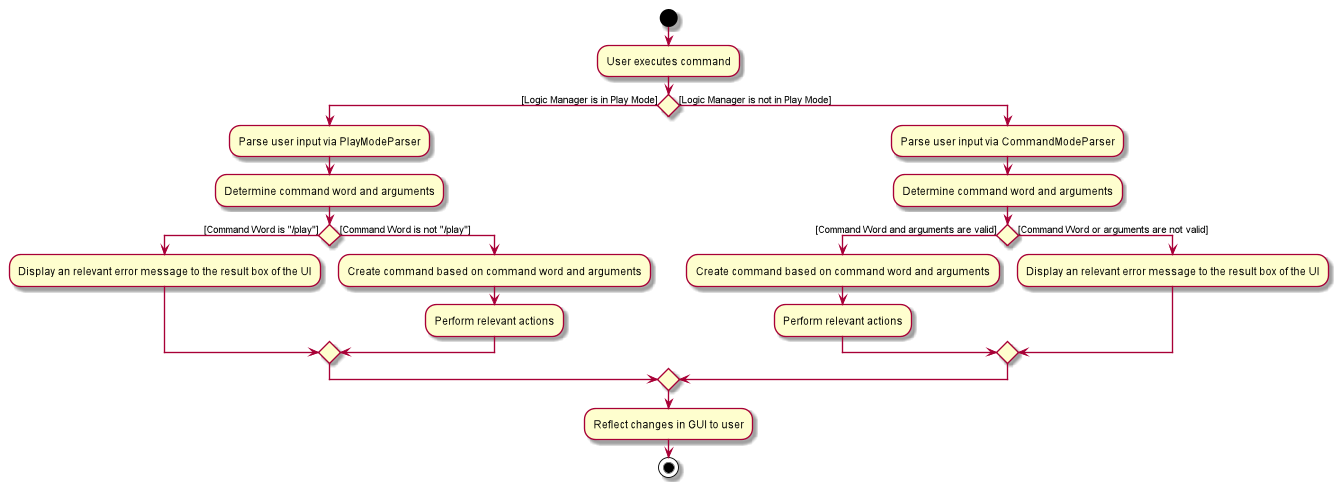
Above: docs/images/GeneralizedCommandActivityDiagram.png in vigneshbhuvan-nus/tp (PlantUML), before the change.
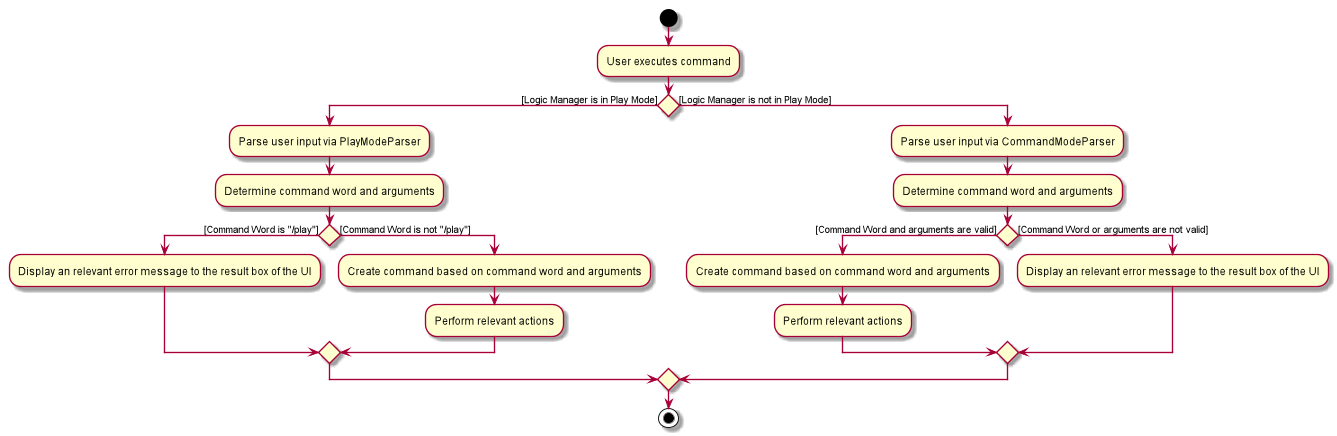
Later version of the same file.

Commit message:
Update Generalized diagram

The edit, as a diff of the source:
```diff
@@ -24,7 +24,6 @@
 endif
 endif
 
-:Reflect changes in GUI to user;
 stop
 
 @enduml
```
